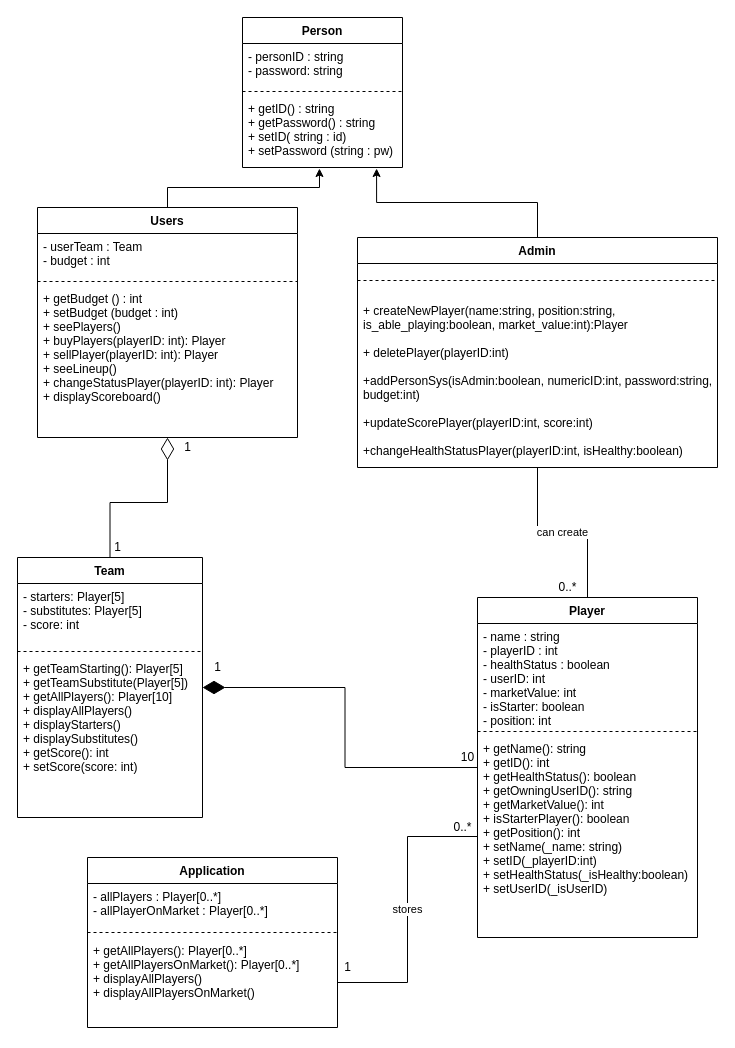
The draw.io diagram docs/Fantasy_league.drawio in SemjonEschweiler/fantasy_league, before the edit. Source tidied: cells renumbered, new cells numbered last; positions are measured from the earlier drawing's top-left corner, leaving out a move shared by most shapes. Both pictures are drawn from the tidied source at 100%, with x=0, y=0 at pixel (17, 17).
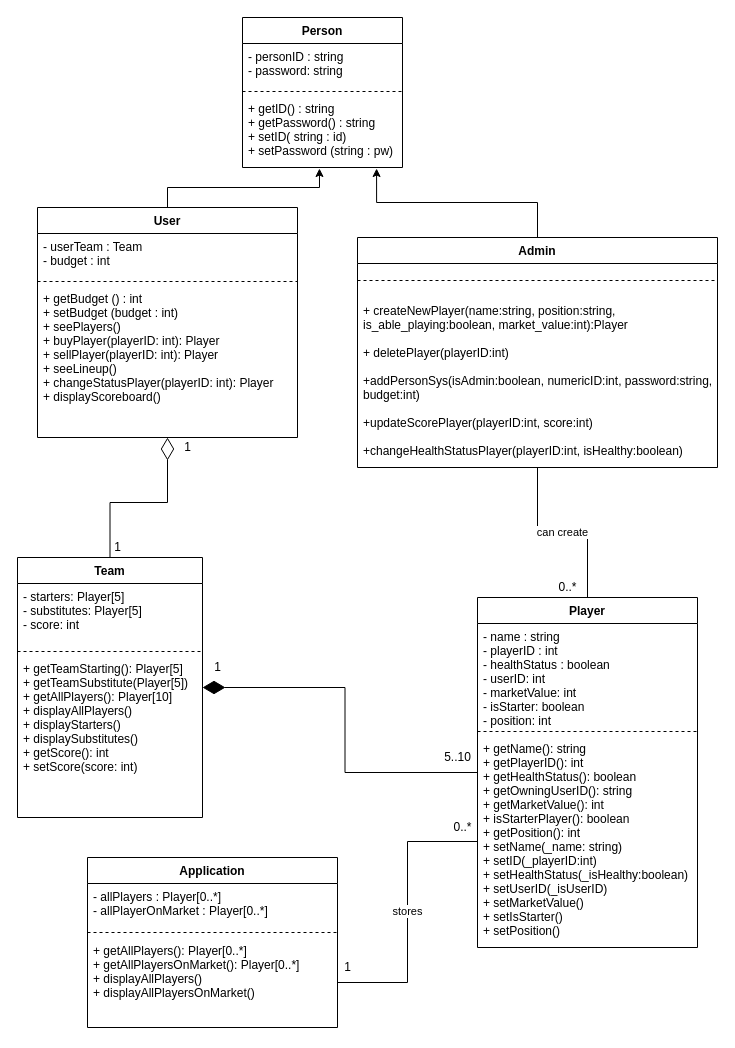
Above is the later version.

Diff of the diagram source:
```diff
@@
-    <mxCell id="7" value="Users" style="swimlane;fontStyle=1;align=center;verticalAlign=top;horizontal=1;startSize=26;" parent="1" vertex="1">
+    <mxCell id="7" value="User" style="swimlane;fontStyle=1;align=center;verticalAlign=top;horizontal=1;startSize=26;" parent="1" vertex="1">
       <mxGeometry x="20" y="190" width="260" height="230" as="geometry" />
     </mxCell>
@@
-    <mxCell id="10" value="+ getBudget () : int&#10;+ setBudget (budget : int)&#10;+ seePlayers()&#10;+ buyPlayers(playerID: int): Player&#10;+ sellPlayer(playerID: int): Player&#10;+ seeLineup()&#10;+ changeStatusPlayer(playerID: int): Player&#10;+ displayScoreboard()&#10;&#10;" style="text;strokeColor=none;fillColor=none;align=left;verticalAlign=top;spacingLeft=4;spacingRight=4;overflow=hidden;" parent="7" vertex="1">
+    <mxCell id="10" value="+ getBudget () : int&#10;+ setBudget (budget : int)&#10;+ seePlayers()&#10;+ buyPlayer(playerID: int): Player&#10;+ sellPlayer(playerID: int): Player&#10;+ seeLineup()&#10;+ changeStatusPlayer(playerID: int): Player&#10;+ displayScoreboard()&#10;&#10;" style="text;strokeColor=none;fillColor=none;align=left;verticalAlign=top;spacingLeft=4;spacingRight=4;overflow=hidden;" parent="7" vertex="1">
       <mxGeometry y="78" width="260" height="152" as="geometry" />
     </mxCell>
@@
     <mxCell id="17" value="Player&#10;" style="swimlane;fontStyle=1;align=center;verticalAlign=top;horizontal=1;startSize=26;" parent="1" vertex="1">
-      <mxGeometry x="460" y="580" width="220" height="340" as="geometry" />
+      <mxGeometry x="460" y="580" width="220" height="350" as="geometry" />
     </mxCell>
@@
-    <mxCell id="20" value="+ getName(): string&#10;+ getID(): int&#10;+ getHealthStatus(): boolean&#10;+ getOwningUserID(): string&#10;+ getMarketValue(): int&#10;+ isStarterPlayer(): boolean&#10;+ getPosition(): int&#10;+ setName(_name: string)&#10;+ setID(_playerID:int)&#10;+ setHealthStatus(_isHealthy:boolean)&#10;+ setUserID(_isUserID)&#10;&#10;&#10;" style="text;strokeColor=none;fillColor=none;align=left;verticalAlign=top;spacingLeft=4;spacingRight=4;overflow=hidden;points=[[0,0.5],[1,0.5]];portConstraint=eastwest;" parent="17" vertex="1">
-      <mxGeometry y="138" width="220" height="202" as="geometry" />
+    <mxCell id="20" value="+ getName(): string&#10;+ getPlayerID(): int&#10;+ getHealthStatus(): boolean&#10;+ getOwningUserID(): string&#10;+ getMarketValue(): int&#10;+ isStarterPlayer(): boolean&#10;+ getPosition(): int&#10;+ setName(_name: string)&#10;+ setID(_playerID:int)&#10;+ setHealthStatus(_isHealthy:boolean)&#10;+ setUserID(_isUserID)&#10;+ setMarketValue()&#10;+ setIsStarter()&#10;+ setPosition()&#10;&#10;&#10;&#10;&#10;" style="text;strokeColor=none;fillColor=none;align=left;verticalAlign=top;spacingLeft=4;spacingRight=4;overflow=hidden;points=[[0,0.5],[1,0.5]];portConstraint=eastwest;" parent="17" vertex="1">
+      <mxGeometry y="138" width="220" height="212" as="geometry" />
     </mxCell>
@@
-    <mxCell id="36" value="10" style="text;html=1;align=center;verticalAlign=middle;strokeColor=none;fillColor=none;" parent="1" vertex="1">
-      <mxGeometry x="435" y="730" width="30" height="20" as="geometry" />
+    <mxCell id="36" value="5..10" style="text;html=1;align=center;verticalAlign=middle;strokeColor=none;fillColor=none;" parent="1" vertex="1">
+      <mxGeometry x="420" y="730" width="40" height="20" as="geometry" />
     </mxCell>
```
